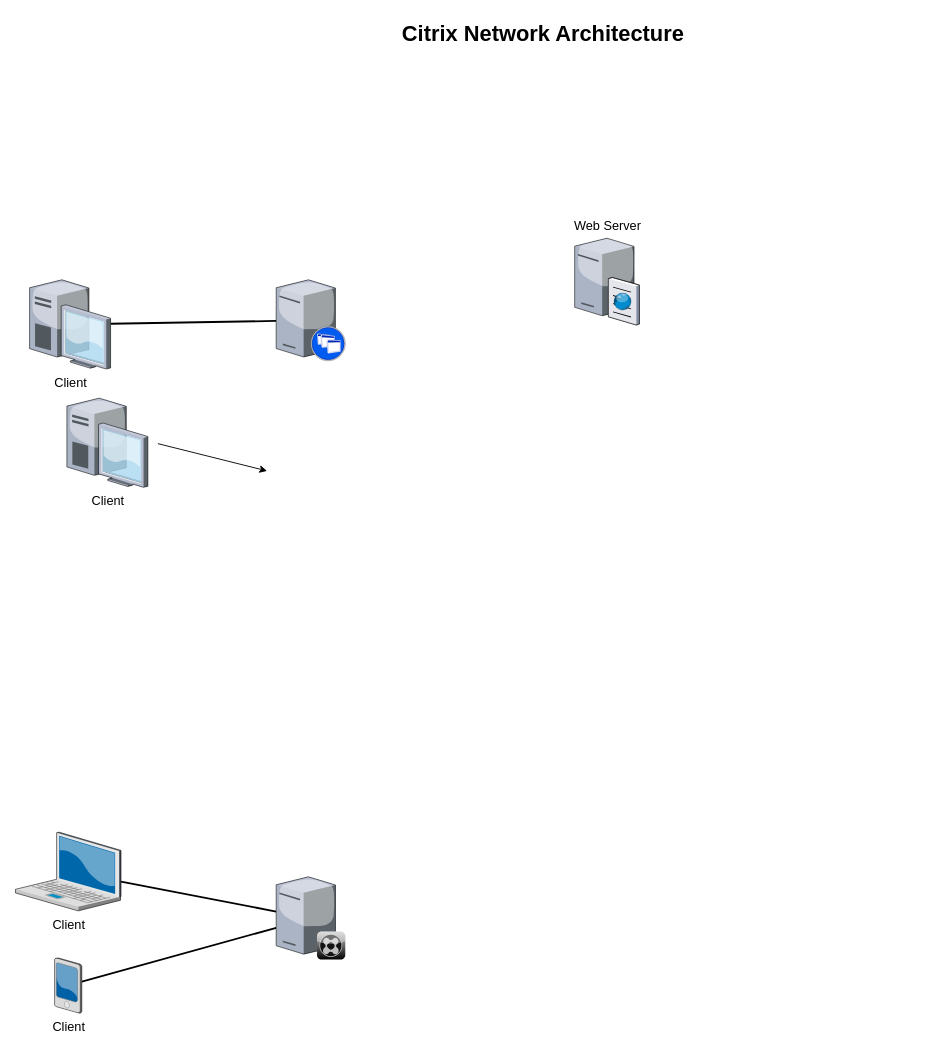
Jeremia0910/SJSI keeps this draw.io diagram as page "Page-68" (62 of 62) of Untitled Diagram.drawio. Above is the earlier version. Source tidied: cells renumbered, new cells numbered last; positions are measured from the earlier drawing's top-left corner, leaving out a move shared by most shapes. Both pictures are drawn from the tidied source at 91%, with x=0, y=0 at pixel (15, 15).
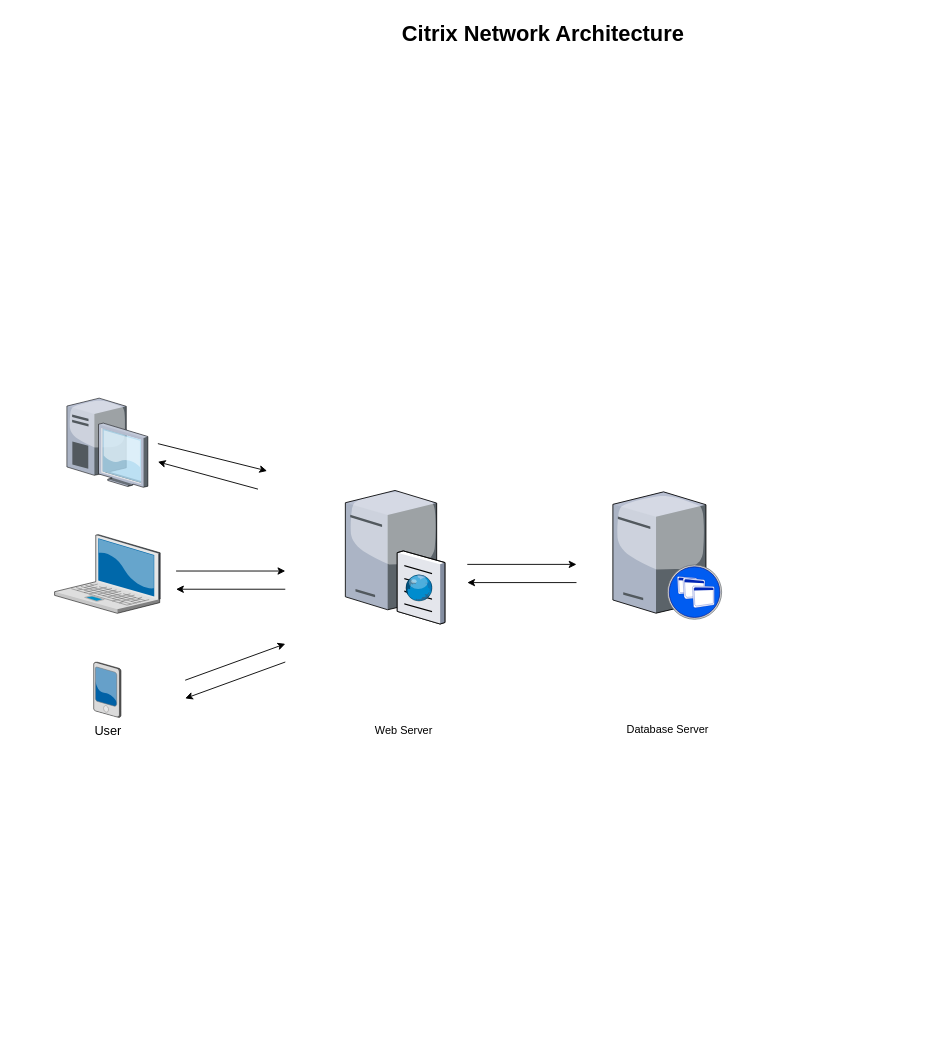
The same page after the edit.

What changed in the source:
```diff
@@
-    <mxCell id="2" style="edgeStyle=none;rounded=0;html=1;startSize=10;endSize=10;jettySize=auto;fontSize=14;endArrow=none;endFill=0;strokeWidth=2;" parent="1" edge="1" source="3" target="9">
-      <mxGeometry relative="1" as="geometry" />
-    </mxCell>
-    <mxCell id="3" value="Client" style="verticalLabelPosition=bottom;html=1;verticalAlign=top;strokeColor=none;shape=mxgraph.citrix.laptop_2;fillColor=#66B2FF;gradientColor=#0066CC;fontSize=14;" parent="1" vertex="1">
-      <mxGeometry x="0.5" y="897" width="116" height="86.5" as="geometry" />
-    </mxCell>
-    <mxCell id="4" style="edgeStyle=none;rounded=0;html=1;startSize=10;endSize=10;jettySize=auto;fontSize=14;endArrow=none;endFill=0;strokeWidth=2;" parent="1" edge="1" source="5" target="8">
-      <mxGeometry relative="1" as="geometry" />
-    </mxCell>
-    <mxCell id="5" value="Client" style="verticalLabelPosition=bottom;html=1;verticalAlign=top;strokeColor=none;shape=mxgraph.citrix.desktop;fillColor=#66B2FF;gradientColor=#0066CC;fontSize=14;" parent="1" vertex="1">
-      <mxGeometry x="16" y="290" width="89" height="98" as="geometry" />
-    </mxCell>
-    <mxCell id="6" style="edgeStyle=none;rounded=0;html=1;startSize=10;endSize=10;jettySize=auto;fontSize=14;endArrow=none;endFill=0;strokeWidth=2;" parent="1" edge="1" source="7" target="9">
-      <mxGeometry relative="1" as="geometry" />
-    </mxCell>
-    <mxCell id="7" value="Client" style="verticalLabelPosition=bottom;html=1;verticalAlign=top;strokeColor=none;shape=mxgraph.citrix.pda;fillColor=#66B2FF;gradientColor=#0066CC;fontSize=14;" parent="1" vertex="1">
-      <mxGeometry x="43.5" y="1035" width="30" height="61" as="geometry" />
-    </mxCell>
-    <mxCell id="8" style="verticalLabelPosition=bottom;html=1;verticalAlign=top;strokeColor=none;shape=mxgraph.citrix.xenapp_server;fillColor=#66B2FF;gradientColor=#0066CC;fontSize=14;" parent="1" vertex="1">
-      <mxGeometry x="287" y="290" width="76" height="89" as="geometry" />
-    </mxCell>
-    <mxCell id="9" style="verticalLabelPosition=bottom;html=1;verticalAlign=top;strokeColor=none;shape=mxgraph.citrix.xenclient_synchronizer;fillColor=#CCCCCC;gradientColor=#000000;gradientDirection=south;fontSize=14;" parent="1" vertex="1">
-      <mxGeometry x="287" y="946" width="76" height="91" as="geometry" />
-    </mxCell>
-    <mxCell id="10" value="Web Server" style="verticalLabelPosition=top;html=1;verticalAlign=bottom;strokeColor=none;shape=mxgraph.citrix.cache_server;fillColor=#66B2FF;gradientColor=#0066CC;fontSize=14;labelPosition=center;align=center;" parent="1" vertex="1">
-      <mxGeometry x="615" y="242" width="71" height="97.5" as="geometry" />
+    <mxCell id="10" style="verticalLabelPosition=top;html=1;verticalAlign=bottom;strokeColor=none;shape=mxgraph.citrix.cache_server;fillColor=#66B2FF;gradientColor=#0066CC;fontSize=14;labelPosition=center;align=center;" parent="1" vertex="1">
+      <mxGeometry x="363" y="518" width="109.2" height="150" as="geometry" />
     </mxCell>
@@
-    <mxCell id="12" value="Client" style="verticalLabelPosition=bottom;html=1;verticalAlign=top;strokeColor=none;shape=mxgraph.citrix.desktop;fillColor=#66B2FF;gradientColor=#0066CC;fontSize=14;" parent="1" vertex="1">
+    <mxCell id="12" style="verticalLabelPosition=bottom;html=1;verticalAlign=top;strokeColor=none;shape=mxgraph.citrix.desktop;fillColor=#66B2FF;gradientColor=#0066CC;fontSize=14;" parent="1" vertex="1">
       <mxGeometry x="57" y="420" width="89" height="98" as="geometry" />
     </mxCell>
@@
+    <mxCell id="14" style="endArrow=classic;html=1;rounded=0;" parent="1" edge="1">
+      <mxGeometry relative="1" as="geometry">
+        <mxPoint x="267" y="520" as="sourcePoint" />
+        <mxPoint x="157" y="490" as="targetPoint" />
+      </mxGeometry>
+    </mxCell>
+    <mxCell id="15" style="verticalLabelPosition=bottom;html=1;verticalAlign=top;strokeColor=none;shape=mxgraph.citrix.laptop_2;fillColor=#66B2FF;gradientColor=#0066CC;fontSize=14;" parent="1" vertex="1">
+      <mxGeometry x="43.5" y="570" width="116" height="86.5" as="geometry" />
+    </mxCell>
+    <mxCell id="16" value="User" style="verticalLabelPosition=bottom;html=1;verticalAlign=top;strokeColor=none;shape=mxgraph.citrix.pda;fillColor=#66B2FF;gradientColor=#0066CC;fontSize=14;" parent="1" vertex="1">
+      <mxGeometry x="86.5" y="710" width="30" height="61" as="geometry" />
+    </mxCell>
+    <mxCell id="17" style="endArrow=classic;html=1;rounded=0;" parent="1" edge="1">
+      <mxGeometry relative="1" as="geometry">
+        <mxPoint x="177" y="610" as="sourcePoint" />
+        <mxPoint x="297" y="610" as="targetPoint" />
+      </mxGeometry>
+    </mxCell>
+    <mxCell id="18" style="endArrow=classic;html=1;rounded=0;" parent="1" edge="1">
+      <mxGeometry relative="1" as="geometry">
+        <mxPoint x="297" y="630" as="sourcePoint" />
+        <mxPoint x="177" y="630" as="targetPoint" />
+      </mxGeometry>
+    </mxCell>
+    <mxCell id="19" style="endArrow=classic;html=1;rounded=0;" parent="1" edge="1">
+      <mxGeometry relative="1" as="geometry">
+        <mxPoint x="187" y="730" as="sourcePoint" />
+        <mxPoint x="297" y="690" as="targetPoint" />
+      </mxGeometry>
+    </mxCell>
+    <mxCell id="20" style="endArrow=classic;html=1;rounded=0;" parent="1" edge="1">
+      <mxGeometry relative="1" as="geometry">
+        <mxPoint x="297" y="710" as="sourcePoint" />
+        <mxPoint x="187" y="750" as="targetPoint" />
+      </mxGeometry>
+    </mxCell>
+    <mxCell id="21" style="endArrow=classic;html=1;rounded=0;" parent="1" edge="1">
+      <mxGeometry relative="1" as="geometry">
+        <mxPoint x="497" y="602.7" as="sourcePoint" />
+        <mxPoint x="617" y="602.7" as="targetPoint" />
+      </mxGeometry>
+    </mxCell>
+    <mxCell id="22" style="endArrow=classic;html=1;rounded=0;" parent="1" edge="1">
+      <mxGeometry relative="1" as="geometry">
+        <mxPoint x="617" y="622.7" as="sourcePoint" />
+        <mxPoint x="497" y="622.7" as="targetPoint" />
+      </mxGeometry>
+    </mxCell>
+    <mxCell id="23" style="verticalLabelPosition=bottom;html=1;verticalAlign=top;strokeColor=none;shape=mxgraph.citrix.xenapp_server;fillColor=#66B2FF;gradientColor=#0066CC;fontSize=14;" parent="1" vertex="1">
+      <mxGeometry x="657" y="523" width="119.5" height="140" as="geometry" />
+    </mxCell>
+    <mxCell id="24" value="Web Server" style="text;html=1;align=center;verticalAlign=middle;strokeColor=none;fillColor=none;" parent="1" vertex="1">
+      <mxGeometry x="382.2" y="771" width="90" height="30" as="geometry" />
+    </mxCell>
+    <mxCell id="25" value="Database Server" style="text;html=1;align=center;verticalAlign=middle;strokeColor=none;fillColor=none;" parent="1" vertex="1">
+      <mxGeometry x="656.5" y="770" width="120" height="30" as="geometry" />
+    </mxCell>
```
